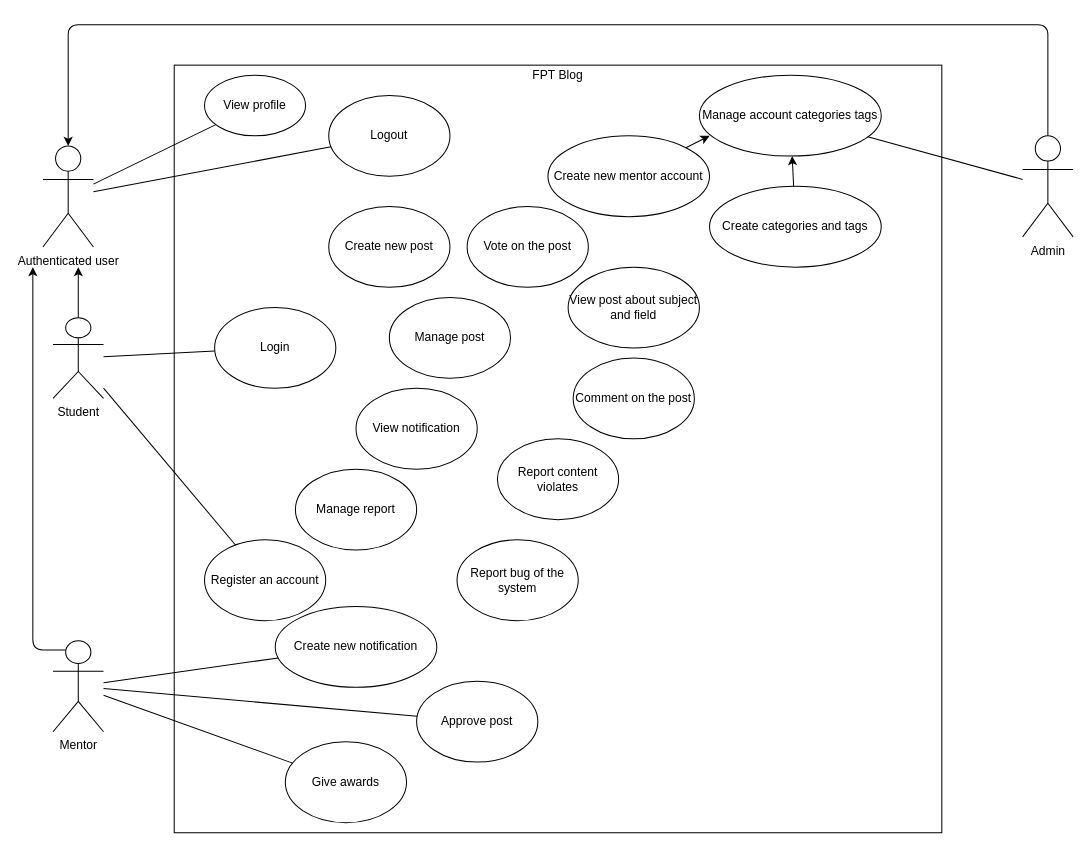
The draw.io diagram FPTBlog.drawio in nguyenduong9799/fpt-student-blog, before the edit. Source tidied: cells renumbered, new cells numbered last; positions are measured from the earlier drawing's top-left corner, leaving out a move shared by most shapes. Both pictures are drawn from the tidied source at 101%, with x=0, y=0 at pixel (32, 24).
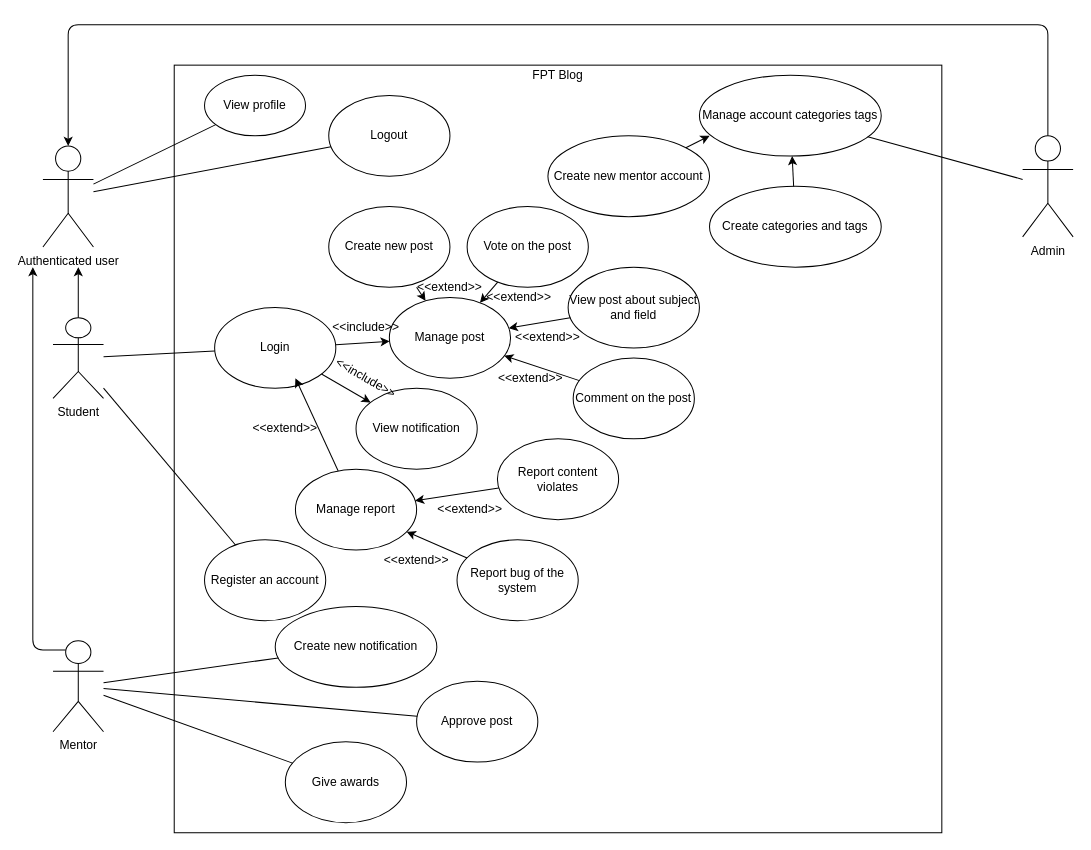
The same page after the edit.

Unchanged cells that the change refers to:
```xml
<mxCell id="13" value="Login" style="ellipse;whiteSpace=wrap;html=1;" parent="1" vertex="1">
  <mxGeometry x="180" y="280" width="120" height="80" as="geometry" />
</mxCell>
<mxCell id="14" value="Create new post" style="ellipse;whiteSpace=wrap;html=1;" parent="1" vertex="1">
  <mxGeometry x="293" y="180" width="120" height="80" as="geometry" />
</mxCell>
<mxCell id="15" value="Manage post" style="ellipse;whiteSpace=wrap;html=1;" parent="1" vertex="1">
  <mxGeometry x="353" y="270" width="120" height="80" as="geometry" />
</mxCell>
<mxCell id="16" value="Vote on the post" style="ellipse;whiteSpace=wrap;html=1;" parent="1" vertex="1">
  <mxGeometry x="430" y="180" width="120" height="80" as="geometry" />
</mxCell>
<mxCell id="17" value="View post about subject and field" style="ellipse;whiteSpace=wrap;html=1;" parent="1" vertex="1">
  <mxGeometry x="530" y="240" width="130" height="80" as="geometry" />
</mxCell>
<mxCell id="18" value="Comment on the post" style="ellipse;whiteSpace=wrap;html=1;" parent="1" vertex="1">
  <mxGeometry x="535" y="330" width="120" height="80" as="geometry" />
</mxCell>
<mxCell id="19" value="View notification" style="ellipse;whiteSpace=wrap;html=1;" parent="1" vertex="1">
  <mxGeometry x="320" y="360" width="120" height="80" as="geometry" />
</mxCell>
<mxCell id="20" value="Manage report" style="ellipse;whiteSpace=wrap;html=1;" parent="1" vertex="1">
  <mxGeometry x="260" y="440" width="120" height="80" as="geometry" />
</mxCell>
<mxCell id="21" value="Report content violates" style="ellipse;whiteSpace=wrap;html=1;" parent="1" vertex="1">
  <mxGeometry x="460" y="410" width="120" height="80" as="geometry" />
</mxCell>
<mxCell id="22" value="Report bug of the system" style="ellipse;whiteSpace=wrap;html=1;" parent="1" vertex="1">
  <mxGeometry x="420" y="510" width="120" height="80" as="geometry" />
</mxCell>
```

What changed in the source:
```diff
@@
+    <mxCell id="40" style="endArrow=classic;html=1;" parent="1" edge="1" source="13" target="15">
+      <mxGeometry relative="1" as="geometry" />
+    </mxCell>
+    <mxCell id="41" style="endArrow=classic;html=1;" parent="1" edge="1" source="13" target="19">
+      <mxGeometry relative="1" as="geometry" />
+    </mxCell>
+    <mxCell id="42" style="endArrow=classic;html=1;exitX=0.725;exitY=1;exitDx=0;exitDy=0;exitPerimeter=0;" parent="1" edge="1" source="14" target="15">
+      <mxGeometry relative="1" as="geometry" />
+    </mxCell>
+    <mxCell id="43" style="endArrow=classic;html=1;" parent="1" edge="1" source="16" target="15">
+      <mxGeometry relative="1" as="geometry" />
+    </mxCell>
+    <mxCell id="44" style="endArrow=classic;html=1;" parent="1" edge="1" source="17" target="15">
+      <mxGeometry relative="1" as="geometry" />
+    </mxCell>
+    <mxCell id="45" style="endArrow=classic;html=1;" parent="1" edge="1" source="18" target="15">
+      <mxGeometry relative="1" as="geometry" />
+    </mxCell>
+    <mxCell id="46" style="endArrow=classic;html=1;" parent="1" edge="1" source="21" target="20">
+      <mxGeometry relative="1" as="geometry" />
+    </mxCell>
+    <mxCell id="47" style="endArrow=classic;html=1;" parent="1" edge="1" source="22" target="20">
+      <mxGeometry relative="1" as="geometry" />
+    </mxCell>
+    <mxCell id="48" style="endArrow=classic;html=1;" parent="1" edge="1" source="20">
+      <mxGeometry relative="1" as="geometry">
+        <mxPoint x="260" y="350" as="targetPoint" />
+      </mxGeometry>
+    </mxCell>
+    <mxCell id="49" value="&amp;lt;&amp;lt;include&amp;gt;&amp;gt;" style="text;html=1;strokeColor=none;fillColor=none;align=center;verticalAlign=middle;whiteSpace=wrap;rounded=0;" parent="1" vertex="1">
+      <mxGeometry x="310" y="290" width="40" height="20" as="geometry" />
+    </mxCell>
+    <mxCell id="50" value="&amp;lt;&amp;lt;include&amp;gt;&amp;gt;" style="text;html=1;strokeColor=none;fillColor=none;align=center;verticalAlign=middle;whiteSpace=wrap;rounded=0;rotation=30;" parent="1" vertex="1">
+      <mxGeometry x="310" y="340" width="40" height="20" as="geometry" />
+    </mxCell>
+    <mxCell id="51" value="&amp;lt;&amp;lt;extend&amp;gt;&amp;gt;" style="text;html=1;strokeColor=none;fillColor=none;align=center;verticalAlign=middle;whiteSpace=wrap;rounded=0;" parent="1" vertex="1">
+      <mxGeometry x="393" y="250" width="40" height="20" as="geometry" />
+    </mxCell>
+    <mxCell id="52" value="&amp;lt;&amp;lt;extend&amp;gt;&amp;gt;" style="text;html=1;strokeColor=none;fillColor=none;align=center;verticalAlign=middle;whiteSpace=wrap;rounded=0;" parent="1" vertex="1">
+      <mxGeometry x="463" y="260" width="37" height="20" as="geometry" />
+    </mxCell>
+    <mxCell id="53" value="&amp;lt;&amp;lt;extend&amp;gt;&amp;gt;" style="text;html=1;strokeColor=none;fillColor=none;align=center;verticalAlign=middle;whiteSpace=wrap;rounded=0;" parent="1" vertex="1">
+      <mxGeometry x="490" y="300" width="40" height="20" as="geometry" />
+    </mxCell>
+    <mxCell id="54" value="&amp;lt;&amp;lt;extend&amp;gt;&amp;gt;" style="text;html=1;strokeColor=none;fillColor=none;align=center;verticalAlign=middle;whiteSpace=wrap;rounded=0;" parent="1" vertex="1">
+      <mxGeometry x="473" y="340" width="40" height="20" as="geometry" />
+    </mxCell>
+    <mxCell id="55" value="&amp;lt;&amp;lt;extend&amp;gt;&amp;gt;" style="text;html=1;strokeColor=none;fillColor=none;align=center;verticalAlign=middle;whiteSpace=wrap;rounded=0;" parent="1" vertex="1">
+      <mxGeometry x="413" y="470" width="40" height="20" as="geometry" />
+    </mxCell>
+    <mxCell id="56" value="&amp;lt;&amp;lt;extend&amp;gt;&amp;gt;" style="text;html=1;strokeColor=none;fillColor=none;align=center;verticalAlign=middle;whiteSpace=wrap;rounded=0;" parent="1" vertex="1">
+      <mxGeometry x="360" y="520" width="40" height="20" as="geometry" />
+    </mxCell>
+    <mxCell id="57" value="&amp;lt;&amp;lt;extend&amp;gt;&amp;gt;" style="text;html=1;strokeColor=none;fillColor=none;align=center;verticalAlign=middle;whiteSpace=wrap;rounded=0;" parent="1" vertex="1">
+      <mxGeometry x="230" y="390" width="40" height="20" as="geometry" />
+    </mxCell>
```
